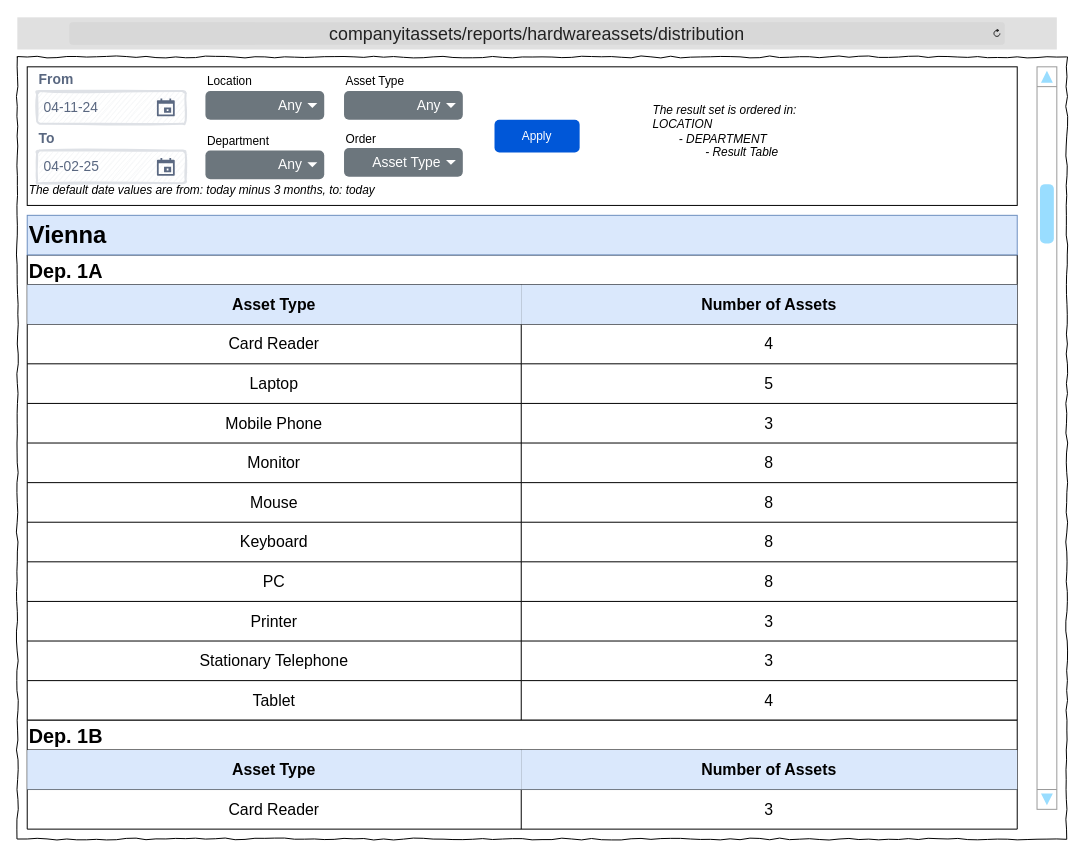
The draw.io diagram Wireframes/ITAT_Reports_HWDistribution.drawio in TRed91/ITAssetTracking, before the edit. Source tidied: cells renumbered, new cells numbered last; positions are measured from the earlier drawing's top-left corner, leaving out a move shared by most shapes. Both pictures are drawn from the tidied source at 99%, with x=0, y=0 at pixel (17, 17).
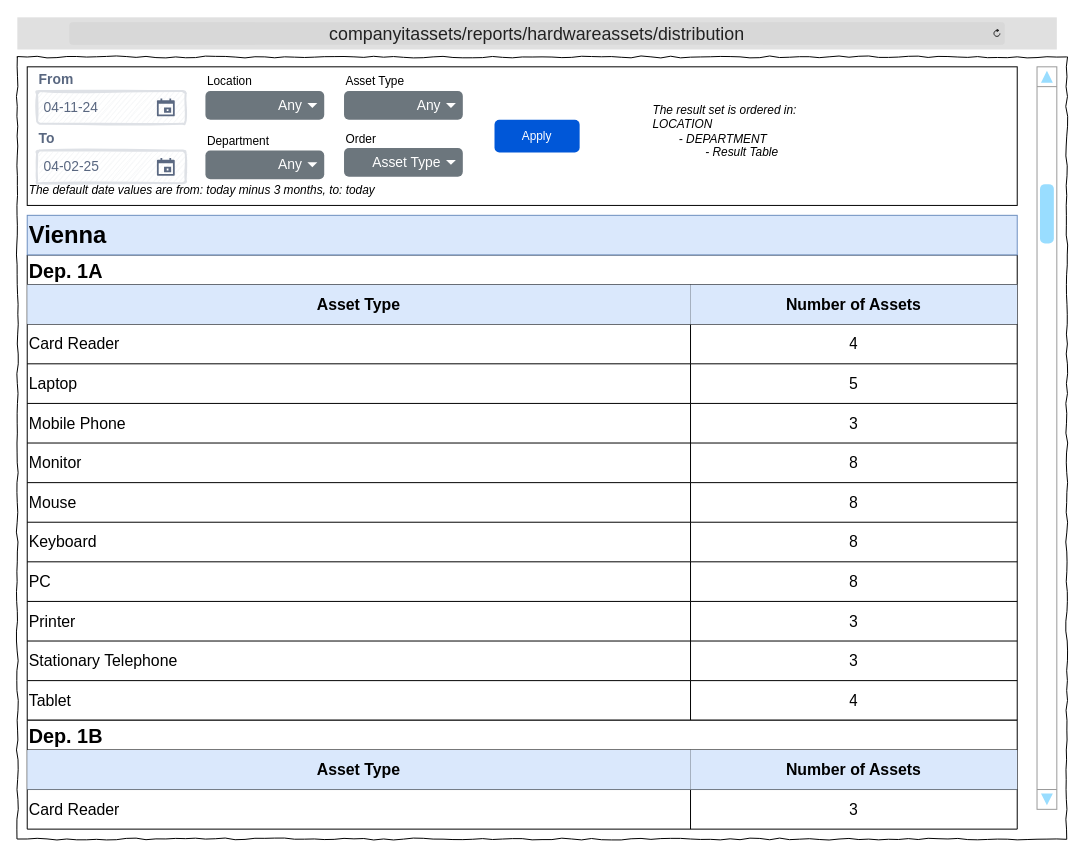
The same page after the edit.

The change refers to these unchanged cells:
```xml
<mxCell id="14" style="shape=tableRow;horizontal=0;startSize=0;swimlaneHead=0;swimlaneBody=0;strokeColor=inherit;top=0;left=0;bottom=0;right=0;fillColor=none;fontSize=16;" parent="13" vertex="1">
  <mxGeometry y="30" width="1000" height="40" as="geometry" />
</mxCell>
<mxCell id="17" style="shape=tableRow;horizontal=0;startSize=0;swimlaneHead=0;swimlaneBody=0;strokeColor=inherit;top=0;left=0;bottom=0;right=0;fillColor=none;fontSize=16;" parent="13" vertex="1">
  <mxGeometry y="70" width="1000" height="40" as="geometry" />
</mxCell>
<mxCell id="20" style="shape=tableRow;horizontal=0;startSize=0;swimlaneHead=0;swimlaneBody=0;strokeColor=inherit;top=0;left=0;bottom=0;right=0;fillColor=none;fontSize=16;" parent="13" vertex="1">
  <mxGeometry y="110" width="1000" height="40" as="geometry" />
</mxCell>
<mxCell id="23" style="shape=tableRow;horizontal=0;startSize=0;swimlaneHead=0;swimlaneBody=0;strokeColor=inherit;top=0;left=0;bottom=0;right=0;fillColor=none;fontSize=16;" parent="13" vertex="1">
  <mxGeometry y="150" width="1000" height="40" as="geometry" />
</mxCell>
<mxCell id="26" style="shape=tableRow;horizontal=0;startSize=0;swimlaneHead=0;swimlaneBody=0;strokeColor=inherit;top=0;left=0;bottom=0;right=0;fillColor=none;fontSize=16;" parent="13" vertex="1">
  <mxGeometry y="190" width="1000" height="40" as="geometry" />
</mxCell>
<mxCell id="29" style="shape=tableRow;horizontal=0;startSize=0;swimlaneHead=0;swimlaneBody=0;strokeColor=inherit;top=0;left=0;bottom=0;right=0;fillColor=none;fontSize=16;" parent="13" vertex="1">
  <mxGeometry y="230" width="1000" height="40" as="geometry" />
</mxCell>
<mxCell id="32" style="shape=tableRow;horizontal=0;startSize=0;swimlaneHead=0;swimlaneBody=0;strokeColor=inherit;top=0;left=0;bottom=0;right=0;fillColor=none;fontSize=16;" parent="13" vertex="1">
  <mxGeometry y="270" width="1000" height="40" as="geometry" />
</mxCell>
<mxCell id="35" style="shape=tableRow;horizontal=0;startSize=0;swimlaneHead=0;swimlaneBody=0;strokeColor=inherit;top=0;left=0;bottom=0;right=0;fillColor=none;fontSize=16;" parent="13" vertex="1">
  <mxGeometry y="310" width="1000" height="40" as="geometry" />
</mxCell>
<mxCell id="38" style="shape=tableRow;horizontal=0;startSize=0;swimlaneHead=0;swimlaneBody=0;strokeColor=inherit;top=0;left=0;bottom=0;right=0;fillColor=none;fontSize=16;" parent="13" vertex="1">
  <mxGeometry y="350" width="1000" height="40" as="geometry" />
</mxCell>
<mxCell id="41" style="shape=tableRow;horizontal=0;startSize=0;swimlaneHead=0;swimlaneBody=0;strokeColor=inherit;top=0;left=0;bottom=0;right=0;fillColor=none;fontSize=16;" parent="13" vertex="1">
  <mxGeometry y="390" width="1000" height="40" as="geometry" />
</mxCell>
<mxCell id="44" style="shape=tableRow;horizontal=0;startSize=0;swimlaneHead=0;swimlaneBody=0;strokeColor=inherit;top=0;left=0;bottom=0;right=0;fillColor=none;fontSize=16;" parent="13" vertex="1">
  <mxGeometry y="430" width="1000" height="40" as="geometry" />
</mxCell>
<mxCell id="48" style="shape=tableRow;horizontal=0;startSize=0;swimlaneHead=0;swimlaneBody=0;strokeColor=inherit;top=0;left=0;bottom=0;right=0;fillColor=none;fontSize=16;" parent="47" vertex="1">
  <mxGeometry y="30" width="1000" height="40" as="geometry" />
</mxCell>
<mxCell id="51" style="shape=tableRow;horizontal=0;startSize=0;swimlaneHead=0;swimlaneBody=0;strokeColor=inherit;top=0;left=0;bottom=0;right=0;fillColor=none;fontSize=16;" parent="47" vertex="1">
  <mxGeometry y="70" width="1000" height="40" as="geometry" />
</mxCell>
```

Diff of the diagram source:
```diff
@@
     <mxCell id="15" value="&lt;b&gt;Asset Type&lt;/b&gt;" style="shape=partialRectangle;html=1;whiteSpace=wrap;strokeColor=#6c8ebf;overflow=hidden;fillColor=#dae8fc;top=0;left=0;bottom=0;right=0;fontSize=16;" parent="14" vertex="1">
-      <mxGeometry width="499" height="40" as="geometry" />
+      <mxGeometry width="670" height="40" as="geometry" />
     </mxCell>
     <mxCell id="16" value="&lt;b&gt;Number of Assets&lt;/b&gt;" style="shape=partialRectangle;html=1;whiteSpace=wrap;strokeColor=#6c8ebf;overflow=hidden;fillColor=#dae8fc;top=0;left=0;bottom=0;right=0;fontSize=16;" parent="14" vertex="1">
-      <mxGeometry x="499" width="501" height="40" as="geometry" />
+      <mxGeometry x="670" width="330" height="40" as="geometry" />
     </mxCell>
@@
-    <mxCell id="18" value="Card Reader" style="shape=partialRectangle;html=1;whiteSpace=wrap;strokeColor=inherit;overflow=hidden;fillColor=none;top=0;left=0;bottom=0;right=0;fontSize=16;" parent="17" vertex="1">
-      <mxGeometry width="499" height="40" as="geometry" />
+    <mxCell id="18" value="Card Reader" style="shape=partialRectangle;html=1;whiteSpace=wrap;strokeColor=inherit;overflow=hidden;fillColor=none;top=0;left=0;bottom=0;right=0;fontSize=16;align=left;" parent="17" vertex="1">
+      <mxGeometry width="670" height="40" as="geometry" />
     </mxCell>
     <mxCell id="19" value="4" style="shape=partialRectangle;html=1;whiteSpace=wrap;strokeColor=inherit;overflow=hidden;fillColor=none;top=0;left=0;bottom=0;right=0;fontSize=16;" parent="17" vertex="1">
-      <mxGeometry x="499" width="501" height="40" as="geometry" />
+      <mxGeometry x="670" width="330" height="40" as="geometry" />
     </mxCell>
@@
-    <mxCell id="21" value="Laptop" style="shape=partialRectangle;html=1;whiteSpace=wrap;strokeColor=inherit;overflow=hidden;fillColor=none;top=0;left=0;bottom=0;right=0;fontSize=16;" parent="20" vertex="1">
-      <mxGeometry width="499" height="40" as="geometry" />
+    <mxCell id="21" value="Laptop" style="shape=partialRectangle;html=1;whiteSpace=wrap;strokeColor=inherit;overflow=hidden;fillColor=none;top=0;left=0;bottom=0;right=0;fontSize=16;align=left;" parent="20" vertex="1">
+      <mxGeometry width="670" height="40" as="geometry" />
     </mxCell>
     <mxCell id="22" value="5" style="shape=partialRectangle;html=1;whiteSpace=wrap;strokeColor=inherit;overflow=hidden;fillColor=none;top=0;left=0;bottom=0;right=0;fontSize=16;" parent="20" vertex="1">
-      <mxGeometry x="499" width="501" height="40" as="geometry" />
+      <mxGeometry x="670" width="330" height="40" as="geometry" />
     </mxCell>
@@
-    <mxCell id="24" value="Mobile Phone" style="shape=partialRectangle;html=1;whiteSpace=wrap;strokeColor=inherit;overflow=hidden;fillColor=none;top=0;left=0;bottom=0;right=0;fontSize=16;" parent="23" vertex="1">
-      <mxGeometry width="499" height="40" as="geometry" />
+    <mxCell id="24" value="Mobile Phone" style="shape=partialRectangle;html=1;whiteSpace=wrap;strokeColor=inherit;overflow=hidden;fillColor=none;top=0;left=0;bottom=0;right=0;fontSize=16;align=left;" parent="23" vertex="1">
+      <mxGeometry width="670" height="40" as="geometry" />
     </mxCell>
     <mxCell id="25" value="3" style="shape=partialRectangle;html=1;whiteSpace=wrap;strokeColor=inherit;overflow=hidden;fillColor=none;top=0;left=0;bottom=0;right=0;fontSize=16;" parent="23" vertex="1">
-      <mxGeometry x="499" width="501" height="40" as="geometry" />
+      <mxGeometry x="670" width="330" height="40" as="geometry" />
     </mxCell>
@@
-    <mxCell id="27" value="Monitor" style="shape=partialRectangle;html=1;whiteSpace=wrap;strokeColor=inherit;overflow=hidden;fillColor=none;top=0;left=0;bottom=0;right=0;fontSize=16;" parent="26" vertex="1">
-      <mxGeometry width="499" height="40" as="geometry" />
+    <mxCell id="27" value="Monitor" style="shape=partialRectangle;html=1;whiteSpace=wrap;strokeColor=inherit;overflow=hidden;fillColor=none;top=0;left=0;bottom=0;right=0;fontSize=16;align=left;" parent="26" vertex="1">
+      <mxGeometry width="670" height="40" as="geometry" />
     </mxCell>
     <mxCell id="28" value="8" style="shape=partialRectangle;html=1;whiteSpace=wrap;strokeColor=inherit;overflow=hidden;fillColor=none;top=0;left=0;bottom=0;right=0;fontSize=16;" parent="26" vertex="1">
-      <mxGeometry x="499" width="501" height="40" as="geometry" />
+      <mxGeometry x="670" width="330" height="40" as="geometry" />
     </mxCell>
@@
-    <mxCell id="30" value="Mouse" style="shape=partialRectangle;html=1;whiteSpace=wrap;strokeColor=inherit;overflow=hidden;fillColor=none;top=0;left=0;bottom=0;right=0;fontSize=16;" parent="29" vertex="1">
-      <mxGeometry width="499" height="40" as="geometry" />
+    <mxCell id="30" value="Mouse" style="shape=partialRectangle;html=1;whiteSpace=wrap;strokeColor=inherit;overflow=hidden;fillColor=none;top=0;left=0;bottom=0;right=0;fontSize=16;align=left;" parent="29" vertex="1">
+      <mxGeometry width="670" height="40" as="geometry" />
     </mxCell>
     <mxCell id="31" value="8" style="shape=partialRectangle;html=1;whiteSpace=wrap;strokeColor=inherit;overflow=hidden;fillColor=none;top=0;left=0;bottom=0;right=0;fontSize=16;" parent="29" vertex="1">
-      <mxGeometry x="499" width="501" height="40" as="geometry" />
+      <mxGeometry x="670" width="330" height="40" as="geometry" />
     </mxCell>
@@
-    <mxCell id="33" value="Keyboard" style="shape=partialRectangle;html=1;whiteSpace=wrap;strokeColor=inherit;overflow=hidden;fillColor=none;top=0;left=0;bottom=0;right=0;fontSize=16;" parent="32" vertex="1">
-      <mxGeometry width="499" height="40" as="geometry" />
+    <mxCell id="33" value="Keyboard" style="shape=partialRectangle;html=1;whiteSpace=wrap;strokeColor=inherit;overflow=hidden;fillColor=none;top=0;left=0;bottom=0;right=0;fontSize=16;align=left;" parent="32" vertex="1">
+      <mxGeometry width="670" height="40" as="geometry" />
     </mxCell>
     <mxCell id="34" value="8" style="shape=partialRectangle;html=1;whiteSpace=wrap;strokeColor=inherit;overflow=hidden;fillColor=none;top=0;left=0;bottom=0;right=0;fontSize=16;" parent="32" vertex="1">
-      <mxGeometry x="499" width="501" height="40" as="geometry" />
+      <mxGeometry x="670" width="330" height="40" as="geometry" />
     </mxCell>
@@
-    <mxCell id="36" value="PC" style="shape=partialRectangle;html=1;whiteSpace=wrap;strokeColor=inherit;overflow=hidden;fillColor=none;top=0;left=0;bottom=0;right=0;fontSize=16;" parent="35" vertex="1">
-      <mxGeometry width="499" height="40" as="geometry" />
+    <mxCell id="36" value="PC" style="shape=partialRectangle;html=1;whiteSpace=wrap;strokeColor=inherit;overflow=hidden;fillColor=none;top=0;left=0;bottom=0;right=0;fontSize=16;align=left;" parent="35" vertex="1">
+      <mxGeometry width="670" height="40" as="geometry" />
     </mxCell>
     <mxCell id="37" value="8" style="shape=partialRectangle;html=1;whiteSpace=wrap;strokeColor=inherit;overflow=hidden;fillColor=none;top=0;left=0;bottom=0;right=0;fontSize=16;" parent="35" vertex="1">
-      <mxGeometry x="499" width="501" height="40" as="geometry" />
+      <mxGeometry x="670" width="330" height="40" as="geometry" />
     </mxCell>
@@
-    <mxCell id="39" value="Printer" style="shape=partialRectangle;html=1;whiteSpace=wrap;strokeColor=inherit;overflow=hidden;fillColor=none;top=0;left=0;bottom=0;right=0;fontSize=16;" parent="38" vertex="1">
-      <mxGeometry width="499" height="40" as="geometry" />
+    <mxCell id="39" value="Printer" style="shape=partialRectangle;html=1;whiteSpace=wrap;strokeColor=inherit;overflow=hidden;fillColor=none;top=0;left=0;bottom=0;right=0;fontSize=16;align=left;" parent="38" vertex="1">
+      <mxGeometry width="670" height="40" as="geometry" />
     </mxCell>
     <mxCell id="40" value="3" style="shape=partialRectangle;html=1;whiteSpace=wrap;strokeColor=inherit;overflow=hidden;fillColor=none;top=0;left=0;bottom=0;right=0;fontSize=16;" parent="38" vertex="1">
-      <mxGeometry x="499" width="501" height="40" as="geometry" />
+      <mxGeometry x="670" width="330" height="40" as="geometry" />
     </mxCell>
@@
-    <mxCell id="42" value="Stationary Telephone" style="shape=partialRectangle;html=1;whiteSpace=wrap;strokeColor=inherit;overflow=hidden;fillColor=none;top=0;left=0;bottom=0;right=0;fontSize=16;" parent="41" vertex="1">
-      <mxGeometry width="499" height="40" as="geometry" />
+    <mxCell id="42" value="Stationary Telephone" style="shape=partialRectangle;html=1;whiteSpace=wrap;strokeColor=inherit;overflow=hidden;fillColor=none;top=0;left=0;bottom=0;right=0;fontSize=16;align=left;" parent="41" vertex="1">
+      <mxGeometry width="670" height="40" as="geometry" />
     </mxCell>
     <mxCell id="43" value="3" style="shape=partialRectangle;html=1;whiteSpace=wrap;strokeColor=inherit;overflow=hidden;fillColor=none;top=0;left=0;bottom=0;right=0;fontSize=16;" parent="41" vertex="1">
-      <mxGeometry x="499" width="501" height="40" as="geometry" />
+      <mxGeometry x="670" width="330" height="40" as="geometry" />
     </mxCell>
@@
-    <mxCell id="45" value="Tablet" style="shape=partialRectangle;html=1;whiteSpace=wrap;strokeColor=inherit;overflow=hidden;fillColor=none;top=0;left=0;bottom=0;right=0;fontSize=16;" parent="44" vertex="1">
-      <mxGeometry width="499" height="40" as="geometry" />
+    <mxCell id="45" value="Tablet" style="shape=partialRectangle;html=1;whiteSpace=wrap;strokeColor=inherit;overflow=hidden;fillColor=none;top=0;left=0;bottom=0;right=0;fontSize=16;align=left;" parent="44" vertex="1">
+      <mxGeometry width="670" height="40" as="geometry" />
     </mxCell>
     <mxCell id="46" value="4" style="shape=partialRectangle;html=1;whiteSpace=wrap;strokeColor=inherit;overflow=hidden;fillColor=none;top=0;left=0;bottom=0;right=0;fontSize=16;" parent="44" vertex="1">
-      <mxGeometry x="499" width="501" height="40" as="geometry" />
+      <mxGeometry x="670" width="330" height="40" as="geometry" />
     </mxCell>
@@
     <mxCell id="49" value="&lt;b&gt;Asset Type&lt;/b&gt;" style="shape=partialRectangle;html=1;whiteSpace=wrap;strokeColor=#6c8ebf;overflow=hidden;fillColor=#dae8fc;top=0;left=0;bottom=0;right=0;fontSize=16;" parent="48" vertex="1">
-      <mxGeometry width="499" height="40" as="geometry" />
+      <mxGeometry width="670" height="40" as="geometry" />
     </mxCell>
     <mxCell id="50" value="&lt;b&gt;Number of Assets&lt;/b&gt;" style="shape=partialRectangle;html=1;whiteSpace=wrap;strokeColor=#6c8ebf;overflow=hidden;fillColor=#dae8fc;top=0;left=0;bottom=0;right=0;fontSize=16;" parent="48" vertex="1">
-      <mxGeometry x="499" width="501" height="40" as="geometry" />
+      <mxGeometry x="670" width="330" height="40" as="geometry" />
     </mxCell>
@@
-    <mxCell id="52" value="Card Reader" style="shape=partialRectangle;html=1;whiteSpace=wrap;strokeColor=inherit;overflow=hidden;fillColor=none;top=0;left=0;bottom=0;right=0;fontSize=16;" parent="51" vertex="1">
-      <mxGeometry width="499" height="40" as="geometry" />
+    <mxCell id="52" value="Card Reader" style="shape=partialRectangle;html=1;whiteSpace=wrap;strokeColor=inherit;overflow=hidden;fillColor=none;top=0;left=0;bottom=0;right=0;fontSize=16;align=left;" parent="51" vertex="1">
+      <mxGeometry width="670" height="40" as="geometry" />
     </mxCell>
     <mxCell id="53" value="3" style="shape=partialRectangle;html=1;whiteSpace=wrap;strokeColor=inherit;overflow=hidden;fillColor=none;top=0;left=0;bottom=0;right=0;fontSize=16;" parent="51" vertex="1">
-      <mxGeometry x="499" width="501" height="40" as="geometry" />
+      <mxGeometry x="670" width="330" height="40" as="geometry" />
     </mxCell>
```
